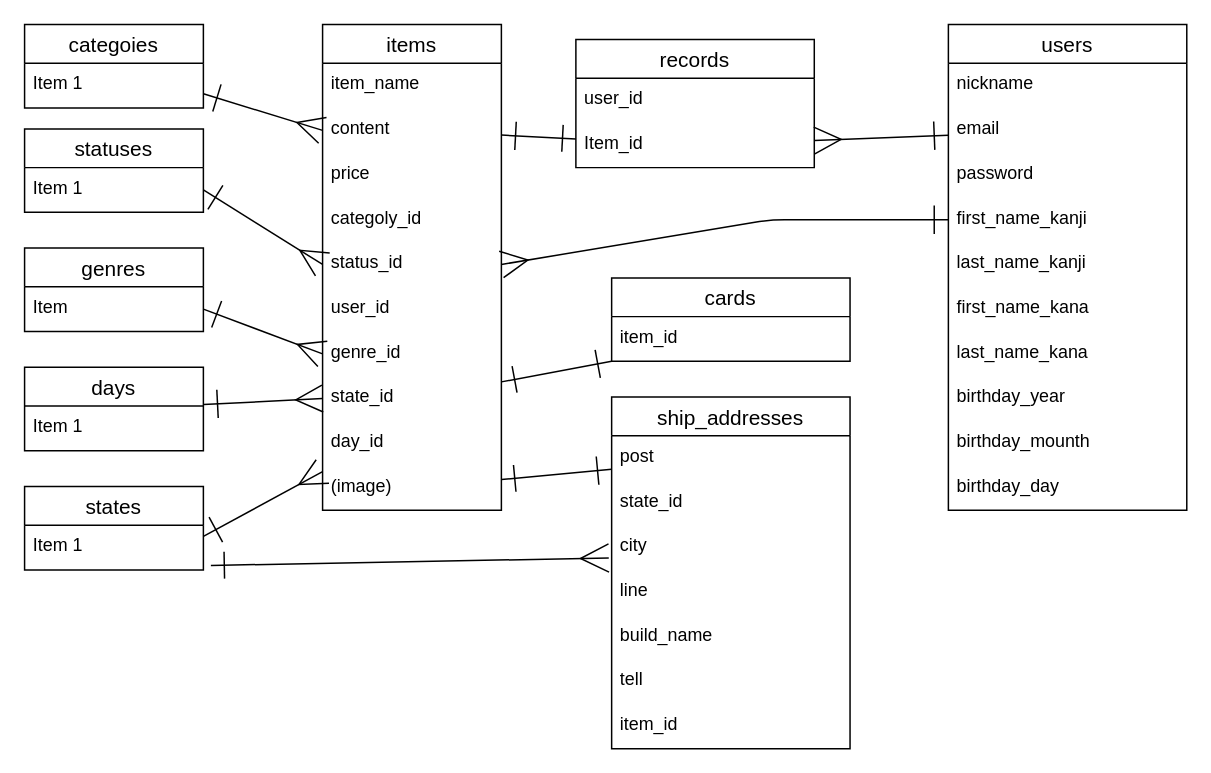
This is test.dio from nogusan/furima-38428, a draw.io file, before an edit. Source tidied: cells renumbered, new cells numbered last; positions are measured from the earlier drawing's top-left corner, leaving out a move shared by most shapes. Both pictures are drawn from the tidied source at 149%, with x=0, y=0 at pixel (24, 24).
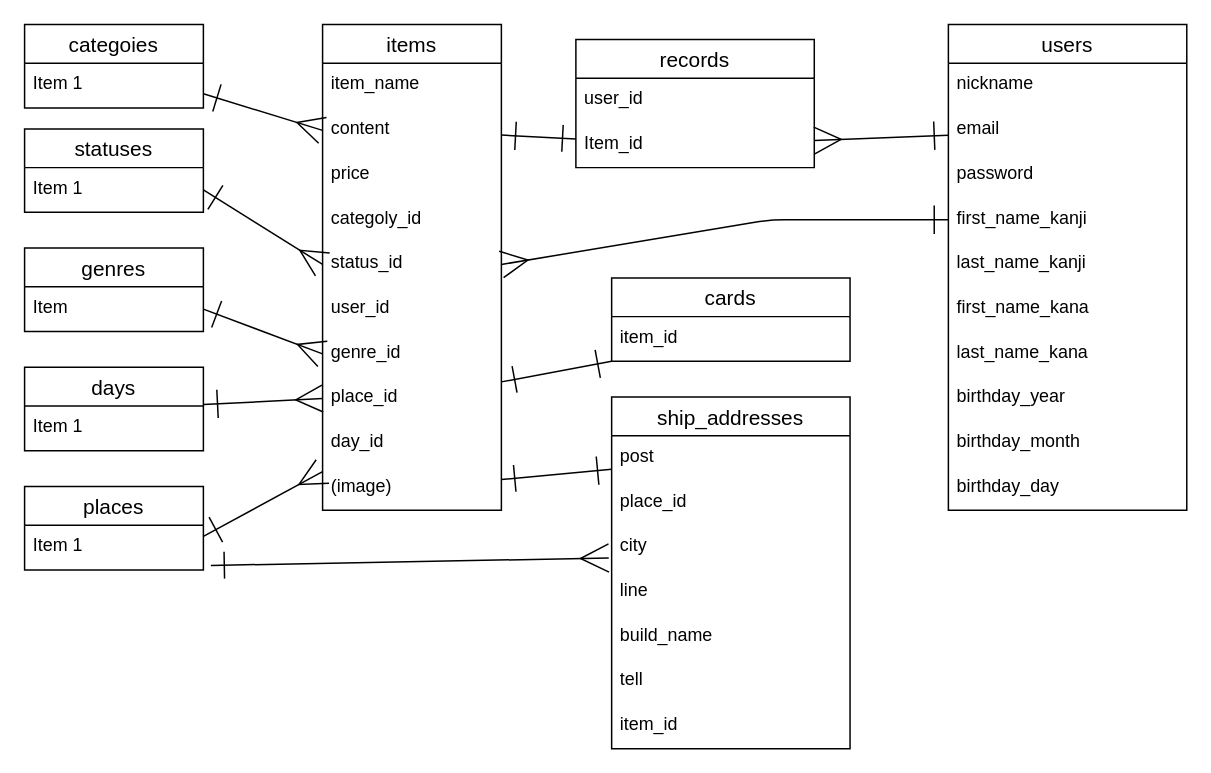
After the change.

Unchanged cells that the change refers to:
```xml
<mxCell id="2" value="items" style="swimlane;fontStyle=0;horizontal=1;startSize=26;align=center;fontSize=14;" parent="1" vertex="1">
  <mxGeometry x="200" width="120" height="326" as="geometry" />
</mxCell>
<mxCell id="13" value="users" style="swimlane;fontStyle=0;horizontal=1;startSize=26;align=center;fontSize=14;" parent="1" vertex="1">
  <mxGeometry x="620" width="160" height="326" as="geometry" />
</mxCell>
<mxCell id="24" value="ship_addresses" style="swimlane;fontStyle=0;horizontal=1;startSize=26;align=center;fontSize=14;" parent="1" vertex="1">
  <mxGeometry x="394" y="250" width="160" height="236" as="geometry" />
</mxCell>
```

Change to the diagram source:
```diff
@@
-    <mxCell id="10" value="state_id" style="text;strokeColor=none;fillColor=none;spacingLeft=4;spacingRight=4;overflow=hidden;points=[[0,0.5],[1,0.5]];portConstraint=eastwest;fontSize=12;" parent="2" vertex="1">
+    <mxCell id="10" value="place_id" style="text;strokeColor=none;fillColor=none;spacingLeft=4;spacingRight=4;overflow=hidden;points=[[0,0.5],[1,0.5]];portConstraint=eastwest;fontSize=12;" parent="2" vertex="1">
       <mxGeometry y="236" width="120" height="30" as="geometry" />
     </mxCell>
@@
-    <mxCell id="22" value="birthday_mounth" style="text;strokeColor=none;fillColor=none;spacingLeft=4;spacingRight=4;overflow=hidden;fontSize=12;" parent="13" vertex="1">
+    <mxCell id="22" value="birthday_month" style="text;strokeColor=none;fillColor=none;spacingLeft=4;spacingRight=4;overflow=hidden;fontSize=12;" parent="13" vertex="1">
       <mxGeometry y="266" width="160" height="30" as="geometry" />
     </mxCell>
@@
-    <mxCell id="26" value="state_id" style="text;strokeColor=none;fillColor=none;spacingLeft=4;spacingRight=4;overflow=hidden;fontSize=12;" parent="24" vertex="1">
+    <mxCell id="26" value="place_id" style="text;strokeColor=none;fillColor=none;spacingLeft=4;spacingRight=4;overflow=hidden;fontSize=12;" parent="24" vertex="1">
       <mxGeometry y="56" width="160" height="30" as="geometry" />
     </mxCell>
@@
-    <mxCell id="36" value="states" style="swimlane;fontStyle=0;horizontal=1;startSize=26;align=center;fontSize=14;" parent="1" vertex="1">
+    <mxCell id="36" value="places" style="swimlane;fontStyle=0;horizontal=1;startSize=26;align=center;fontSize=14;" parent="1" vertex="1">
       <mxGeometry y="310" width="120" height="56" as="geometry" />
     </mxCell>
```
